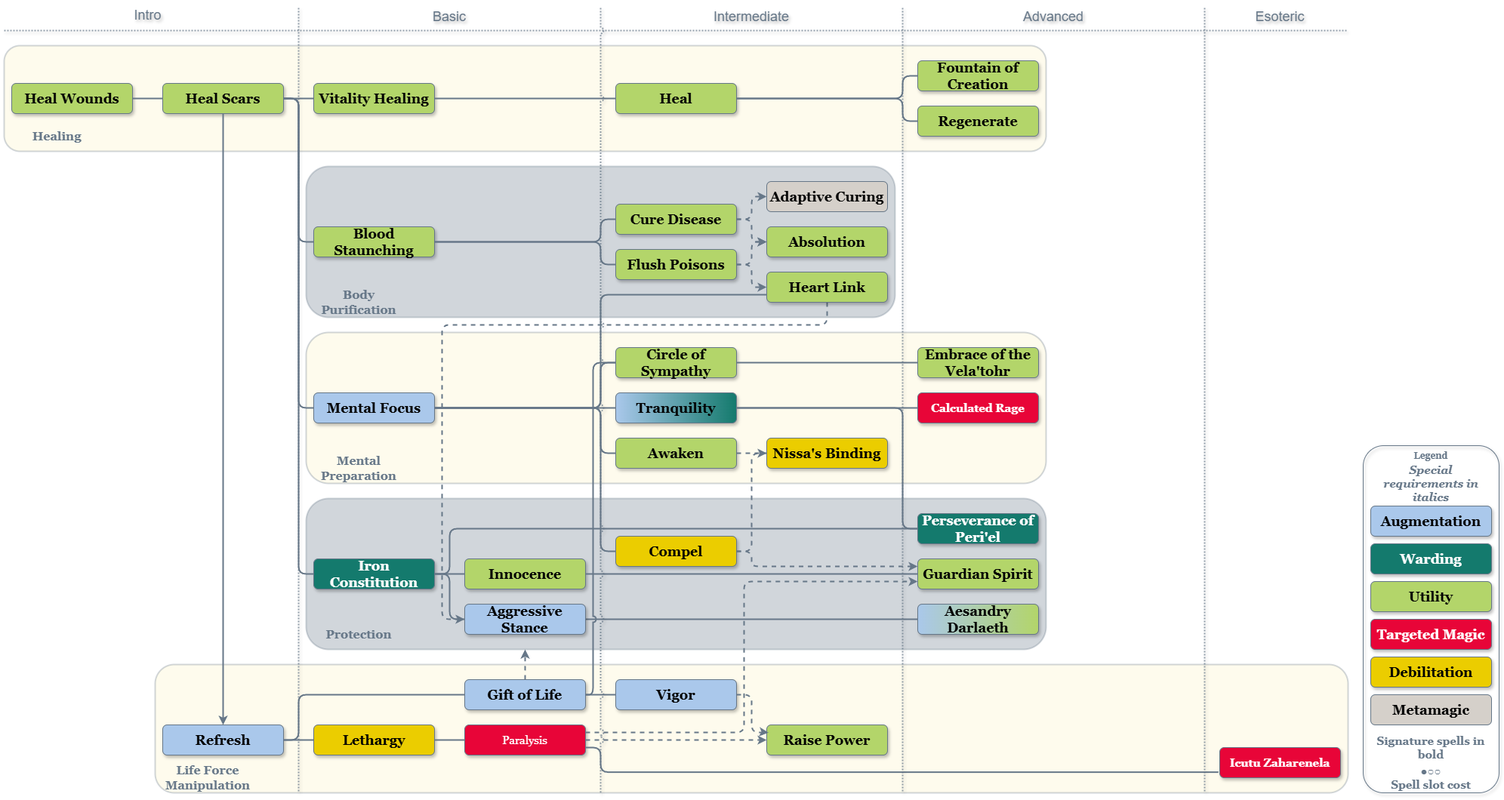
Above: Empath/Empath.png in MahtraDR/dr-spell-trees (draw.io), before the change. Source tidied: cells renumbered, new cells last; positions are measured from the earlier drawing's top-left corner, leaving out a move shared by most shapes.
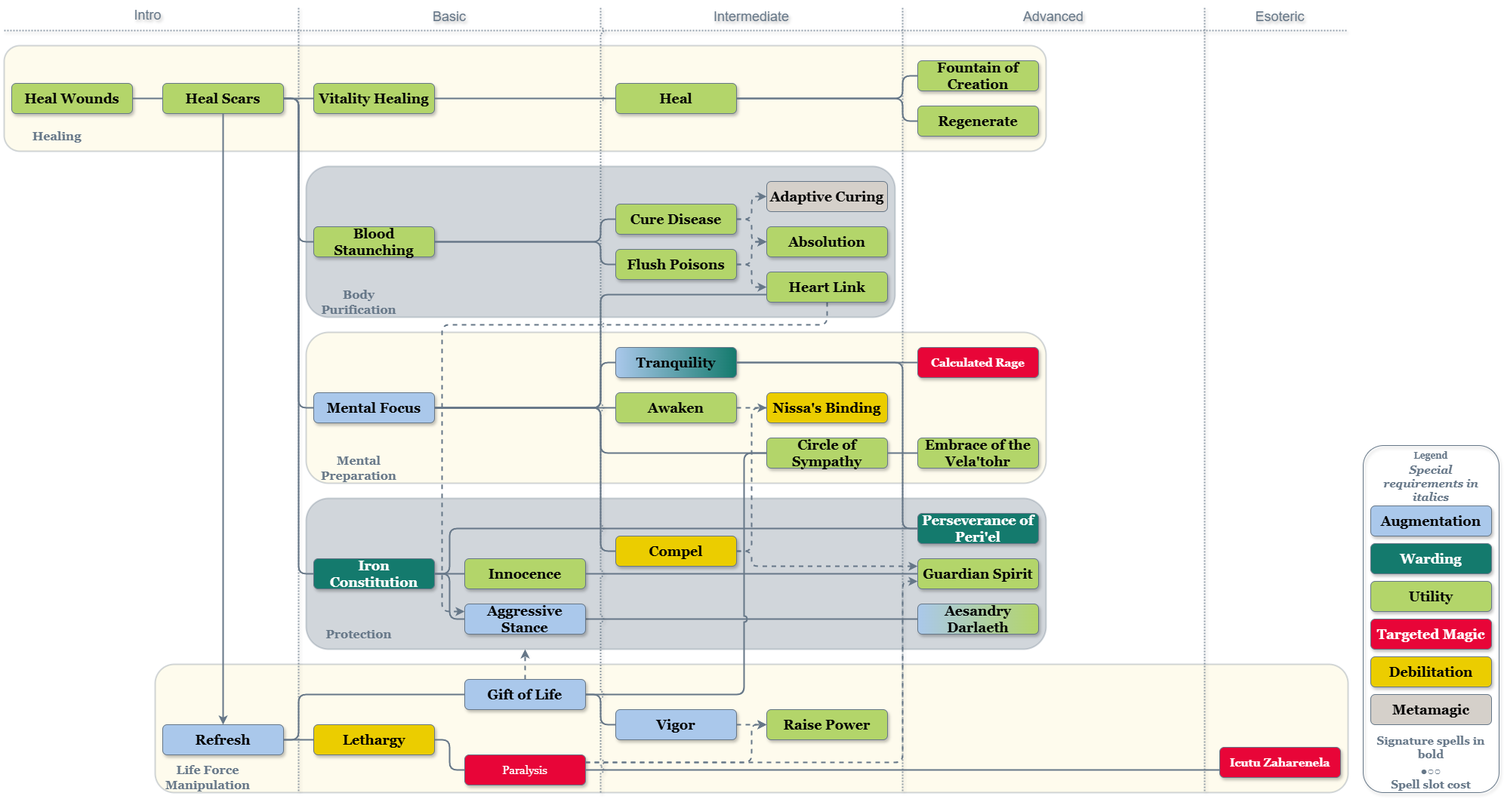
After the commit.

What changed in the source:
```diff
@@ -42,8 +42,8 @@
     <mxCell id="15" style="edgeStyle=orthogonalEdgeStyle;shape=connector;curved=0;rounded=1;jettySize=auto;html=1;exitX=1;exitY=0.5;exitDx=0;exitDy=0;entryX=0;entryY=0.5;entryDx=0;entryDy=0;strokeColor=#667788;strokeWidth=2;align=center;verticalAlign=middle;fontFamily=Helvetica;fontSize=11;fontColor=default;labelBackgroundColor=default;endArrow=none;endFill=0;jumpStyle=arc;" parent="12" edge="1" source="45" target="50">
       <mxGeometry relative="1" as="geometry">
         <Array as="points">
-          <mxPoint x="780" y="920" />
-          <mxPoint x="780" y="480" />
+          <mxPoint x="980" y="920" />
+          <mxPoint x="980" y="600" />
         </Array>
       </mxGeometry>
     </mxCell>
@@ -68,12 +68,12 @@
     <mxCell id="22" value="Flush Poisons" style="rounded=1;strokeWidth=1;strokeColor=#667788;textShadow=0;labelBackgroundColor=none;whiteSpace=wrap;fontSize=18;fontFamily=Georgia;fillColor=#B3D56A;fontColor=#000000;shadow=1;glass=0;align=center;verticalAlign=middle;fontStyle=1;" parent="12" vertex="1">
       <mxGeometry x="810" y="330" width="160" height="40" as="geometry" />
     </mxCell>
-    <mxCell id="23" style="edgeStyle=orthogonalEdgeStyle;shape=connector;curved=0;rounded=1;jettySize=auto;html=1;exitX=0.5;exitY=1;exitDx=0;exitDy=0;entryX=0;entryY=0.5;entryDx=0;entryDy=0;strokeColor=#667788;strokeWidth=2;align=center;verticalAlign=middle;fontFamily=Helvetica;fontSize=11;fontColor=default;labelBackgroundColor=default;endArrow=classic;endFill=1;dashed=1;" parent="12" edge="1" source="24" target="31">
+    <mxCell id="23" style="edgeStyle=orthogonalEdgeStyle;shape=connector;curved=0;rounded=1;jettySize=auto;html=1;exitX=0.5;exitY=1;exitDx=0;exitDy=0;entryX=0;entryY=0.25;entryDx=0;entryDy=0;strokeColor=#667788;strokeWidth=2;align=center;verticalAlign=middle;fontFamily=Helvetica;fontSize=11;fontColor=default;labelBackgroundColor=default;endArrow=classic;endFill=1;dashed=1;" parent="12" edge="1" source="24" target="31">
       <mxGeometry relative="1" as="geometry">
         <Array as="points">
           <mxPoint x="1090" y="430" />
           <mxPoint x="580" y="430" />
-          <mxPoint x="580" y="820" />
+          <mxPoint x="580" y="810" />
         </Array>
       </mxGeometry>
     </mxCell>
@@ -101,7 +101,7 @@
       <mxGeometry x="410" y="520" width="160" height="40" as="geometry" />
     </mxCell>
     <mxCell id="30" value="Awaken" style="rounded=1;strokeWidth=1;strokeColor=#667788;textShadow=0;labelBackgroundColor=none;whiteSpace=wrap;fontSize=18;fontFamily=Georgia;fillColor=#B3D56A;fontColor=#000000;shadow=1;glass=0;align=center;verticalAlign=middle;fontStyle=1;" parent="12" vertex="1">
-      <mxGeometry x="810" y="580" width="160" height="40" as="geometry" />
+      <mxGeometry x="810" y="520" width="160" height="40" as="geometry" />
     </mxCell>
     <mxCell id="31" value="Aggressive Stance" style="rounded=1;strokeWidth=1;strokeColor=#667788;textShadow=0;labelBackgroundColor=none;whiteSpace=wrap;fontSize=18;fontFamily=Georgia;fillColor=#AAC8EB;fontColor=#000000;shadow=1;glass=0;align=center;verticalAlign=middle;fontStyle=1;" parent="12" vertex="1">
       <mxGeometry x="610" y="800" width="160" height="40" as="geometry" />
@@ -113,10 +113,10 @@
       <mxGeometry x="610" y="740" width="160" height="40" as="geometry" />
     </mxCell>
     <mxCell id="34" value="Embrace of the Vela'tohr" style="rounded=1;strokeWidth=1;strokeColor=#667788;textShadow=0;labelBackgroundColor=none;whiteSpace=wrap;fontSize=18;fontFamily=Georgia;fillColor=#B3D56A;fontColor=#000000;shadow=1;glass=0;align=center;verticalAlign=middle;fontStyle=1;" parent="12" vertex="1">
-      <mxGeometry x="1210" y="460" width="160" height="40" as="geometry" />
+      <mxGeometry x="1210" y="580" width="160" height="40" as="geometry" />
     </mxCell>
     <mxCell id="35" value="Calculated Rage" style="rounded=1;strokeWidth=1;strokeColor=#667788;textShadow=0;labelBackgroundColor=none;whiteSpace=wrap;fontSize=15;fontFamily=Georgia;fillColor=#E80538;fontColor=#FFFFFF;shadow=1;glass=0;align=center;verticalAlign=middle;fontStyle=1;" parent="12" vertex="1">
-      <mxGeometry x="1210" y="520" width="160" height="40" as="geometry" />
+      <mxGeometry x="1210" y="460" width="160" height="40" as="geometry" />
     </mxCell>
     <mxCell id="36" value="Aesandry Darlaeth" style="rounded=1;strokeWidth=1;strokeColor=#667788;textShadow=0;labelBackgroundColor=none;whiteSpace=wrap;fontSize=18;fontFamily=Georgia;fillColor=#AAC8EB;fontColor=#000000;shadow=1;glass=0;align=center;verticalAlign=middle;fontStyle=1;gradientColor=#B3D56A;gradientDirection=east;" parent="12" vertex="1">
       <mxGeometry x="1210" y="800" width="160" height="40" as="geometry" />
@@ -137,7 +137,7 @@
       <mxGeometry x="210" y="960" width="160" height="40" as="geometry" />
     </mxCell>
     <mxCell id="42" value="Paralysis" style="rounded=1;strokeWidth=1;strokeColor=#667788;textShadow=0;labelBackgroundColor=none;whiteSpace=wrap;fontSize=15;fontFamily=Georgia;fillColor=#E80538;fontColor=#FFFFFF;shadow=1;glass=0;align=center;verticalAlign=middle;fontStyle=0;" parent="12" vertex="1">
-      <mxGeometry x="610" y="960" width="160" height="40" as="geometry" />
+      <mxGeometry x="610" y="1000" width="160" height="40" as="geometry" />
     </mxCell>
     <mxCell id="43" value="Lethargy" style="rounded=1;strokeWidth=1;strokeColor=#667788;textShadow=0;labelBackgroundColor=none;whiteSpace=wrap;fontSize=18;fontFamily=Georgia;fillColor=#EBCD00;fontColor=#000000;shadow=1;glass=0;align=center;verticalAlign=middle;fontStyle=1;" parent="12" vertex="1">
       <mxGeometry x="410" y="960" width="160" height="40" as="geometry" />
@@ -155,22 +155,22 @@
       <mxGeometry x="610" y="900" width="160" height="40" as="geometry" />
     </mxCell>
     <mxCell id="46" value="Vigor" style="rounded=1;strokeWidth=1;strokeColor=#667788;textShadow=0;labelBackgroundColor=none;whiteSpace=wrap;fontSize=18;fontFamily=Georgia;fillColor=#AAC8EB;fontColor=#000000;shadow=1;glass=0;align=center;verticalAlign=middle;fontStyle=1;" parent="12" vertex="1">
-      <mxGeometry x="810" y="900" width="160" height="40" as="geometry" />
+      <mxGeometry x="810" y="940" width="160" height="40" as="geometry" />
     </mxCell>
     <mxCell id="47" value="Raise Power" style="rounded=1;strokeWidth=1;strokeColor=#667788;textShadow=0;labelBackgroundColor=none;whiteSpace=wrap;fontSize=18;fontFamily=Georgia;fillColor=#B3D56A;fontColor=#000000;shadow=1;glass=0;align=center;verticalAlign=middle;fontStyle=1;" parent="12" vertex="1">
-      <mxGeometry x="1010" y="960" width="160" height="40" as="geometry" />
+      <mxGeometry x="1010" y="940" width="160" height="40" as="geometry" />
     </mxCell>
     <mxCell id="48" value="Icutu Zaharenela" style="rounded=1;strokeWidth=1;strokeColor=#667788;textShadow=0;labelBackgroundColor=none;whiteSpace=wrap;fontSize=15;fontFamily=Georgia;fillColor=#E80538;fontColor=#FFFFFF;shadow=1;glass=0;align=center;verticalAlign=middle;fontStyle=1;" parent="12" vertex="1">
       <mxGeometry x="1610" y="990" width="160" height="40" as="geometry" />
     </mxCell>
     <mxCell id="49" value="Nissa's Binding" style="rounded=1;strokeWidth=1;strokeColor=#667788;textShadow=0;labelBackgroundColor=none;whiteSpace=wrap;fontSize=18;fontFamily=Georgia;fillColor=#EBCD00;fontColor=#000000;shadow=1;glass=0;align=center;verticalAlign=middle;fontStyle=1;" parent="12" vertex="1">
-      <mxGeometry x="1010" y="580" width="160" height="40" as="geometry" />
+      <mxGeometry x="1010" y="520" width="160" height="40" as="geometry" />
     </mxCell>
     <mxCell id="50" value="Circle of Sympathy" style="rounded=1;strokeWidth=1;strokeColor=#667788;textShadow=0;labelBackgroundColor=none;whiteSpace=wrap;fontSize=18;fontFamily=Georgia;fillColor=#B3D56A;fontColor=#000000;shadow=1;glass=0;align=center;verticalAlign=middle;fontStyle=1;" parent="12" vertex="1">
-      <mxGeometry x="810" y="460" width="160" height="40" as="geometry" />
+      <mxGeometry x="1010" y="580" width="160" height="40" as="geometry" />
     </mxCell>
     <mxCell id="51" value="Tranquility" style="rounded=1;strokeWidth=1;strokeColor=#667788;textShadow=0;labelBackgroundColor=none;whiteSpace=wrap;fontSize=18;fontFamily=Georgia;fillColor=#AAC8EB;fontColor=#000000;shadow=1;glass=0;align=center;verticalAlign=middle;fontStyle=1;gradientColor=#147A6D;gradientDirection=east;" parent="12" vertex="1">
-      <mxGeometry x="810" y="520" width="160" height="40" as="geometry" />
+      <mxGeometry x="810" y="460" width="160" height="40" as="geometry" />
     </mxCell>
     <mxCell id="52" value="Vitality Healing" style="rounded=1;strokeWidth=1;strokeColor=#667788;textShadow=0;labelBackgroundColor=none;whiteSpace=wrap;fontSize=18;fontFamily=Georgia;fillColor=#B3D56A;fontColor=#000000;shadow=1;glass=0;align=center;verticalAlign=middle;fontStyle=1;" parent="12" vertex="1">
       <mxGeometry x="410" y="110" width="160" height="40" as="geometry" />
@@ -237,8 +237,8 @@
     <mxCell id="66" style="edgeStyle=orthogonalEdgeStyle;shape=connector;curved=0;rounded=1;jettySize=auto;html=1;exitX=1;exitY=0.5;exitDx=0;exitDy=0;entryX=0;entryY=0.5;entryDx=0;entryDy=0;strokeColor=#667788;strokeWidth=2;align=center;verticalAlign=middle;fontFamily=Helvetica;fontSize=11;fontColor=default;labelBackgroundColor=default;endArrow=none;endFill=0;" parent="12" edge="1" source="29" target="30">
       <mxGeometry relative="1" as="geometry">
         <Array as="points">
-          <mxPoint x="790" y="540" />
-          <mxPoint x="790" y="600" />
+          <mxPoint x="800" y="540" />
+          <mxPoint x="800" y="540" />
         </Array>
       </mxGeometry>
     </mxCell>
@@ -246,15 +246,15 @@
       <mxGeometry relative="1" as="geometry">
         <Array as="points">
           <mxPoint x="790" y="540" />
-          <mxPoint x="790" y="480" />
+          <mxPoint x="790" y="600" />
         </Array>
       </mxGeometry>
     </mxCell>
     <mxCell id="68" style="edgeStyle=orthogonalEdgeStyle;shape=connector;curved=0;rounded=1;jettySize=auto;html=1;exitX=1;exitY=0.5;exitDx=0;exitDy=0;entryX=0;entryY=0.5;entryDx=0;entryDy=0;strokeColor=#667788;strokeWidth=2;align=center;verticalAlign=middle;fontFamily=Helvetica;fontSize=11;fontColor=default;labelBackgroundColor=default;endArrow=none;endFill=0;" parent="12" edge="1" source="29" target="51">
       <mxGeometry relative="1" as="geometry">
         <Array as="points">
-          <mxPoint x="680" y="540" />
-          <mxPoint x="680" y="540" />
+          <mxPoint x="790" y="540" />
+          <mxPoint x="790" y="480" />
         </Array>
       </mxGeometry>
     </mxCell>
@@ -294,14 +294,21 @@
     <mxCell id="75" style="edgeStyle=orthogonalEdgeStyle;shape=connector;curved=0;rounded=1;jettySize=auto;html=1;exitX=1;exitY=0.5;exitDx=0;exitDy=0;entryX=0;entryY=0.5;entryDx=0;entryDy=0;strokeColor=#667788;strokeWidth=2;align=center;verticalAlign=middle;fontFamily=Helvetica;fontSize=11;fontColor=default;labelBackgroundColor=default;endArrow=none;endFill=0;" parent="12" edge="1" source="41" target="43">
       <mxGeometry relative="1" as="geometry" />
     </mxCell>
-    <mxCell id="76" style="edgeStyle=orthogonalEdgeStyle;shape=connector;curved=0;rounded=1;jettySize=auto;html=1;exitX=1;exitY=0.5;exitDx=0;exitDy=0;entryX=0;entryY=0.5;entryDx=0;entryDy=0;strokeColor=#667788;strokeWidth=2;align=center;verticalAlign=middle;fontFamily=Helvetica;fontSize=11;fontColor=default;labelBackgroundColor=default;endArrow=classic;endFill=1;dashed=1;" parent="12" edge="1" source="42" target="47">
-      <mxGeometry relative="1" as="geometry" />
+    <mxCell id="76" style="edgeStyle=orthogonalEdgeStyle;shape=connector;curved=0;rounded=1;jettySize=auto;html=1;exitX=1;exitY=0.25;exitDx=0;exitDy=0;entryX=0;entryY=0.5;entryDx=0;entryDy=0;strokeColor=#667788;strokeWidth=2;align=center;verticalAlign=middle;fontFamily=Helvetica;fontSize=11;fontColor=default;labelBackgroundColor=default;endArrow=classic;endFill=1;dashed=1;" parent="12" edge="1" source="42" target="47">
+      <mxGeometry relative="1" as="geometry">
+        <Array as="points">
+          <mxPoint x="990" y="1010" />
+          <mxPoint x="990" y="960" />
+        </Array>
+      </mxGeometry>
     </mxCell>
-    <mxCell id="77" style="edgeStyle=orthogonalEdgeStyle;shape=connector;curved=0;rounded=1;jettySize=auto;html=1;exitX=1;exitY=0.25;exitDx=0;exitDy=0;entryX=0;entryY=0.75;entryDx=0;entryDy=0;strokeColor=#667788;strokeWidth=2;align=center;verticalAlign=middle;fontFamily=Helvetica;fontSize=11;fontColor=default;labelBackgroundColor=default;endArrow=classic;endFill=1;dashed=1;jumpStyle=none;" parent="12" edge="1" source="42" target="38">
+    <mxCell id="77" style="edgeStyle=orthogonalEdgeStyle;shape=connector;curved=0;rounded=1;jettySize=auto;html=1;entryX=0;entryY=0.75;entryDx=0;entryDy=0;strokeColor=#667788;strokeWidth=2;align=center;verticalAlign=middle;fontFamily=Helvetica;fontSize=11;fontColor=default;labelBackgroundColor=default;endArrow=classic;endFill=1;dashed=1;jumpStyle=none;" parent="12" edge="1" target="38">
       <mxGeometry relative="1" as="geometry">
+        <mxPoint x="770" y="1010" as="sourcePoint" />
         <Array as="points">
-          <mxPoint x="980" y="970" />
-          <mxPoint x="980" y="770" />
+          <mxPoint x="770" y="1010" />
+          <mxPoint x="1190" y="1010" />
+          <mxPoint x="1190" y="770" />
         </Array>
       </mxGeometry>
     </mxCell>
@@ -311,12 +318,10 @@
     <mxCell id="79" style="edgeStyle=orthogonalEdgeStyle;shape=connector;curved=0;rounded=1;jettySize=auto;html=1;exitX=1;exitY=0.5;exitDx=0;exitDy=0;entryX=0;entryY=0.5;entryDx=0;entryDy=0;strokeColor=#667788;strokeWidth=2;align=center;verticalAlign=middle;fontFamily=Helvetica;fontSize=11;fontColor=default;labelBackgroundColor=default;endArrow=none;endFill=0;" parent="12" edge="1" source="45" target="46">
       <mxGeometry relative="1" as="geometry" />
     </mxCell>
-    <mxCell id="80" style="edgeStyle=orthogonalEdgeStyle;shape=connector;curved=0;rounded=1;jettySize=auto;html=1;exitX=1;exitY=0.5;exitDx=0;exitDy=0;entryX=0.015;entryY=0.256;entryDx=0;entryDy=0;strokeColor=#667788;strokeWidth=2;align=center;verticalAlign=middle;fontFamily=Helvetica;fontSize=11;fontColor=default;labelBackgroundColor=default;endArrow=classic;endFill=1;dashed=1;entryPerimeter=0;" parent="12" edge="1" source="46" target="47">
+    <mxCell id="80" style="edgeStyle=orthogonalEdgeStyle;shape=connector;curved=0;rounded=1;jettySize=auto;html=1;exitX=1;exitY=0.5;exitDx=0;exitDy=0;entryX=0;entryY=0.5;entryDx=0;entryDy=0;strokeColor=#667788;strokeWidth=2;align=center;verticalAlign=middle;fontFamily=Helvetica;fontSize=11;fontColor=default;labelBackgroundColor=default;endArrow=classic;endFill=1;dashed=1;" parent="12" edge="1" source="46" target="47">
       <mxGeometry relative="1" as="geometry">
         <Array as="points">
-          <mxPoint x="990" y="920" />
-          <mxPoint x="990" y="970" />
-          <mxPoint x="1010" y="970" />
+          <mxPoint x="1010" y="960" />
         </Array>
       </mxGeometry>
     </mxCell>
@@ -329,7 +334,7 @@
     <mxCell id="83" style="edgeStyle=orthogonalEdgeStyle;shape=connector;curved=0;rounded=1;jettySize=auto;html=1;exitX=1;exitY=0.5;exitDx=0;exitDy=0;entryX=0;entryY=0.5;entryDx=0;entryDy=0;strokeColor=#667788;strokeWidth=2;align=center;verticalAlign=middle;fontFamily=Helvetica;fontSize=11;fontColor=default;labelBackgroundColor=default;endArrow=none;endFill=0;" parent="12" edge="1" source="51" target="37">
       <mxGeometry relative="1" as="geometry">
         <Array as="points">
-          <mxPoint x="1190" y="540" />
+          <mxPoint x="1190" y="480" />
           <mxPoint x="1190" y="700" />
         </Array>
       </mxGeometry>
@@ -356,11 +361,11 @@
         </Array>
       </mxGeometry>
     </mxCell>
-    <mxCell id="88" style="edgeStyle=orthogonalEdgeStyle;shape=connector;curved=0;rounded=1;jettySize=auto;html=1;exitX=1;exitY=0.75;exitDx=0;exitDy=0;entryX=-0.011;entryY=0.815;entryDx=0;entryDy=0;strokeColor=#667788;strokeWidth=2;align=center;verticalAlign=middle;fontFamily=Helvetica;fontSize=11;fontColor=default;labelBackgroundColor=default;endArrow=none;endFill=0;jumpStyle=arc;entryPerimeter=0;" parent="12" edge="1" source="42" target="48">
+    <mxCell id="88" style="edgeStyle=orthogonalEdgeStyle;shape=connector;curved=0;rounded=1;jettySize=auto;html=1;entryX=0;entryY=0.75;entryDx=0;entryDy=0;strokeColor=#667788;strokeWidth=2;align=center;verticalAlign=middle;fontFamily=Helvetica;fontSize=11;fontColor=default;labelBackgroundColor=default;endArrow=none;endFill=0;jumpStyle=arc;exitX=1;exitY=0.5;exitDx=0;exitDy=0;" parent="12" edge="1" source="42" target="48">
       <mxGeometry relative="1" as="geometry">
         <Array as="points">
-          <mxPoint x="790" y="990" />
-          <mxPoint x="790" y="1023" />
+          <mxPoint x="1600" y="1020" />
+          <mxPoint x="1600" y="1020" />
         </Array>
       </mxGeometry>
     </mxCell>
```
